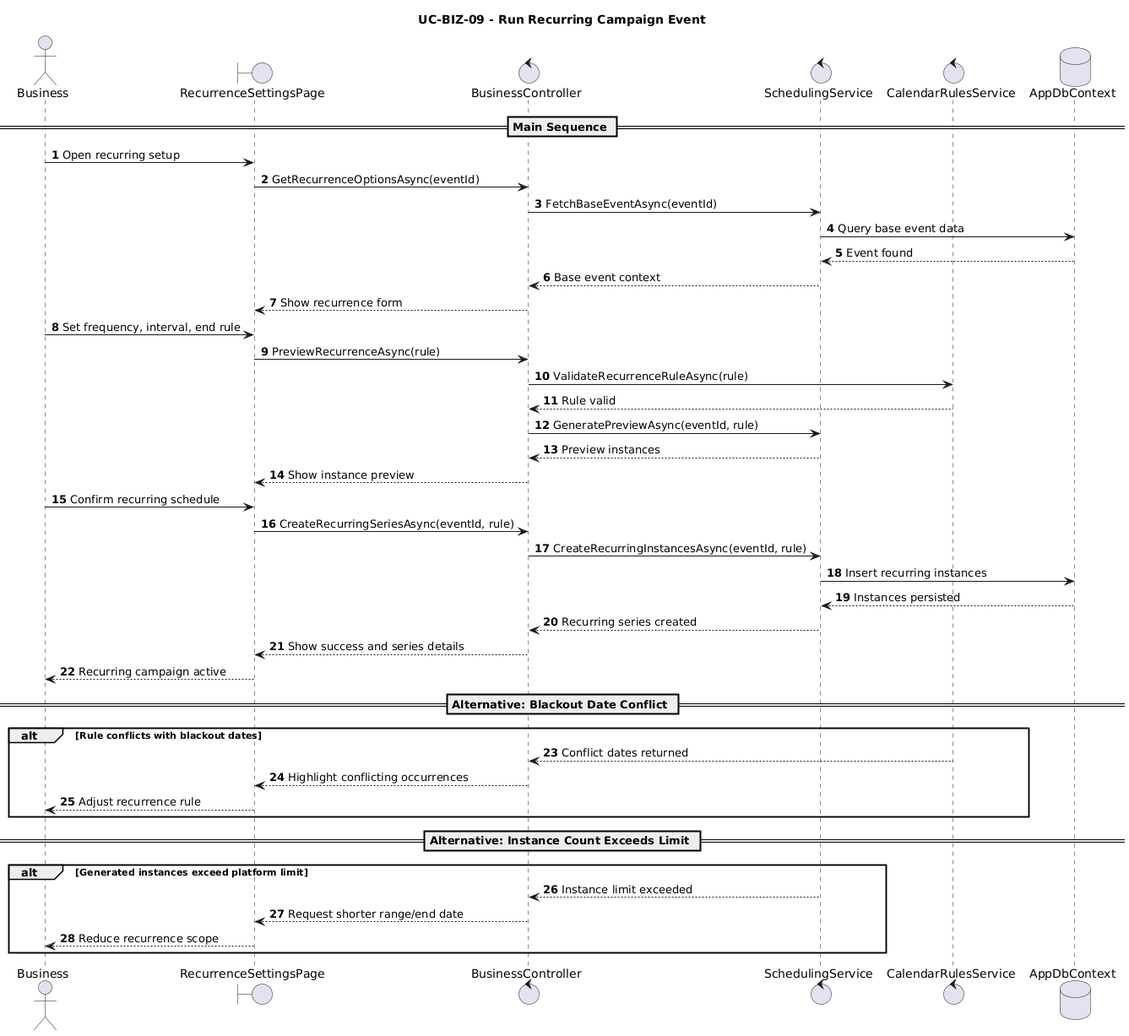
Before: User Cases/Sequence Diagrams/BusinessRole/RunRecurringCampaignEvent.png, a diagram exported from PlantUML (gorge-unc23/4ThePlot). Its diagram source:
```plantuml
@startuml
title UC-BIZ-09 - Run Recurring Campaign Event
autonumber

actor Business
boundary RecurrenceSettingsPage
control BusinessController
control SchedulingService
control CalendarRulesService
database AppDbContext

== Main Sequence ==
Business -> RecurrenceSettingsPage: Open recurring setup
RecurrenceSettingsPage -> BusinessController: GetRecurrenceOptionsAsync(eventId)
BusinessController -> SchedulingService: FetchBaseEventAsync(eventId)
SchedulingService -> AppDbContext: Query base event data
AppDbContext --> SchedulingService: Event found
SchedulingService --> BusinessController: Base event context
BusinessController --> RecurrenceSettingsPage: Show recurrence form

Business -> RecurrenceSettingsPage: Set frequency, interval, end rule
RecurrenceSettingsPage -> BusinessController: PreviewRecurrenceAsync(rule)
BusinessController -> CalendarRulesService: ValidateRecurrenceRuleAsync(rule)
CalendarRulesService --> BusinessController: Rule valid
BusinessController -> SchedulingService: GeneratePreviewAsync(eventId, rule)
SchedulingService --> BusinessController: Preview instances
BusinessController --> RecurrenceSettingsPage: Show instance preview

Business -> RecurrenceSettingsPage: Confirm recurring schedule
RecurrenceSettingsPage -> BusinessController: CreateRecurringSeriesAsync(eventId, rule)
BusinessController -> SchedulingService: CreateRecurringInstancesAsync(eventId, rule)
SchedulingService -> AppDbContext: Insert recurring instances
AppDbContext --> SchedulingService: Instances persisted
SchedulingService --> BusinessController: Recurring series created
BusinessController --> RecurrenceSettingsPage: Show success and series details
RecurrenceSettingsPage --> Business: Recurring campaign active

== Alternative: Blackout Date Conflict ==
alt Rule conflicts with blackout dates
  CalendarRulesService --> BusinessController: Conflict dates returned
  BusinessController --> RecurrenceSettingsPage: Highlight conflicting occurrences
  RecurrenceSettingsPage --> Business: Adjust recurrence rule
end

== Alternative: Instance Count Exceeds Limit ==
alt Generated instances exceed platform limit
  SchedulingService --> BusinessController: Instance limit exceeded
  BusinessController --> RecurrenceSettingsPage: Request shorter range/end date
  RecurrenceSettingsPage --> Business: Reduce recurrence scope
end
@enduml
```
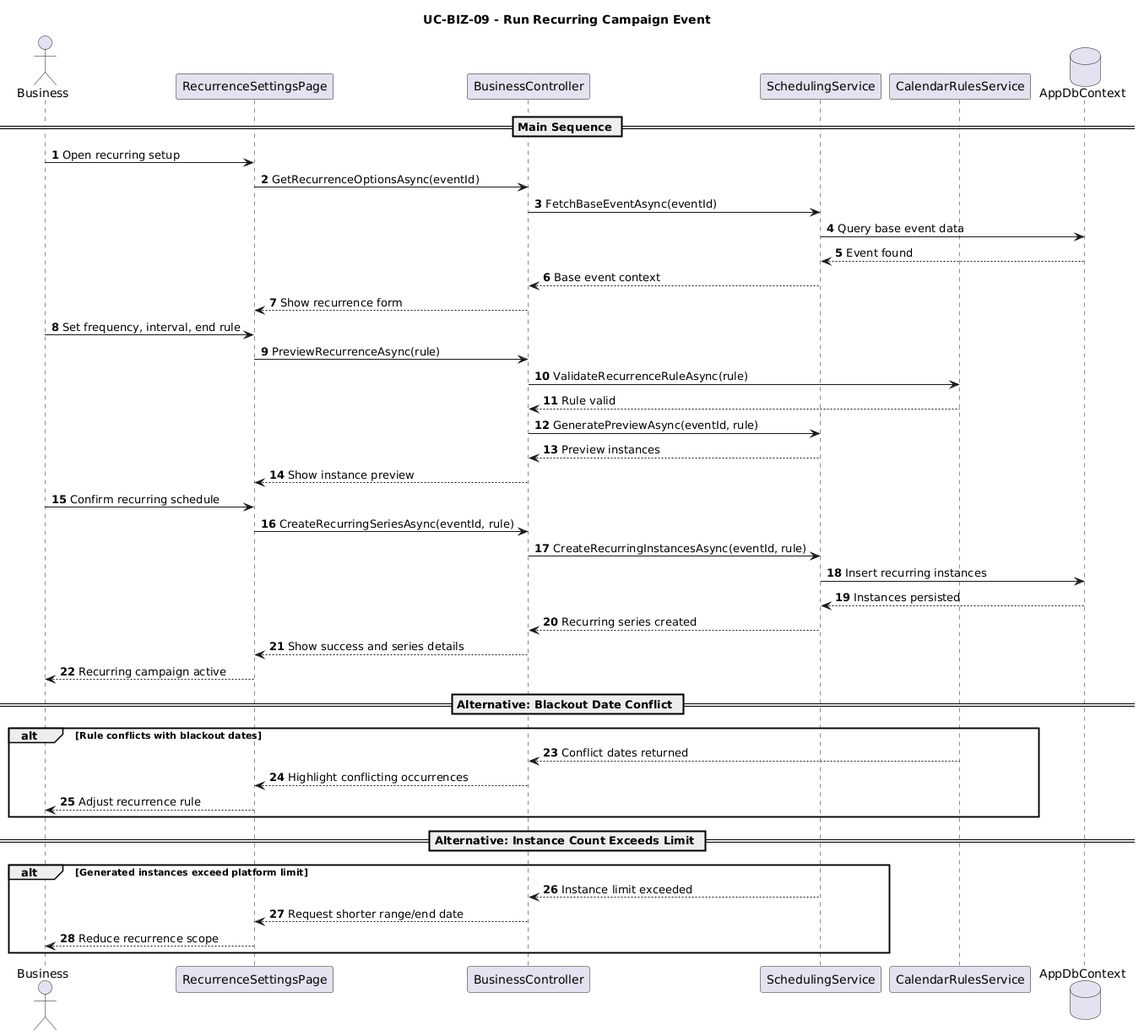
After the change.

Diff of the diagram source:
```diff
@@ -3,10 +3,10 @@
 autonumber
 
 actor Business
-boundary RecurrenceSettingsPage
-control BusinessController
-control SchedulingService
-control CalendarRulesService
+participant RecurrenceSettingsPage
+participant BusinessController
+participant SchedulingService
+participant CalendarRulesService
 database AppDbContext
 
 == Main Sequence ==
```
